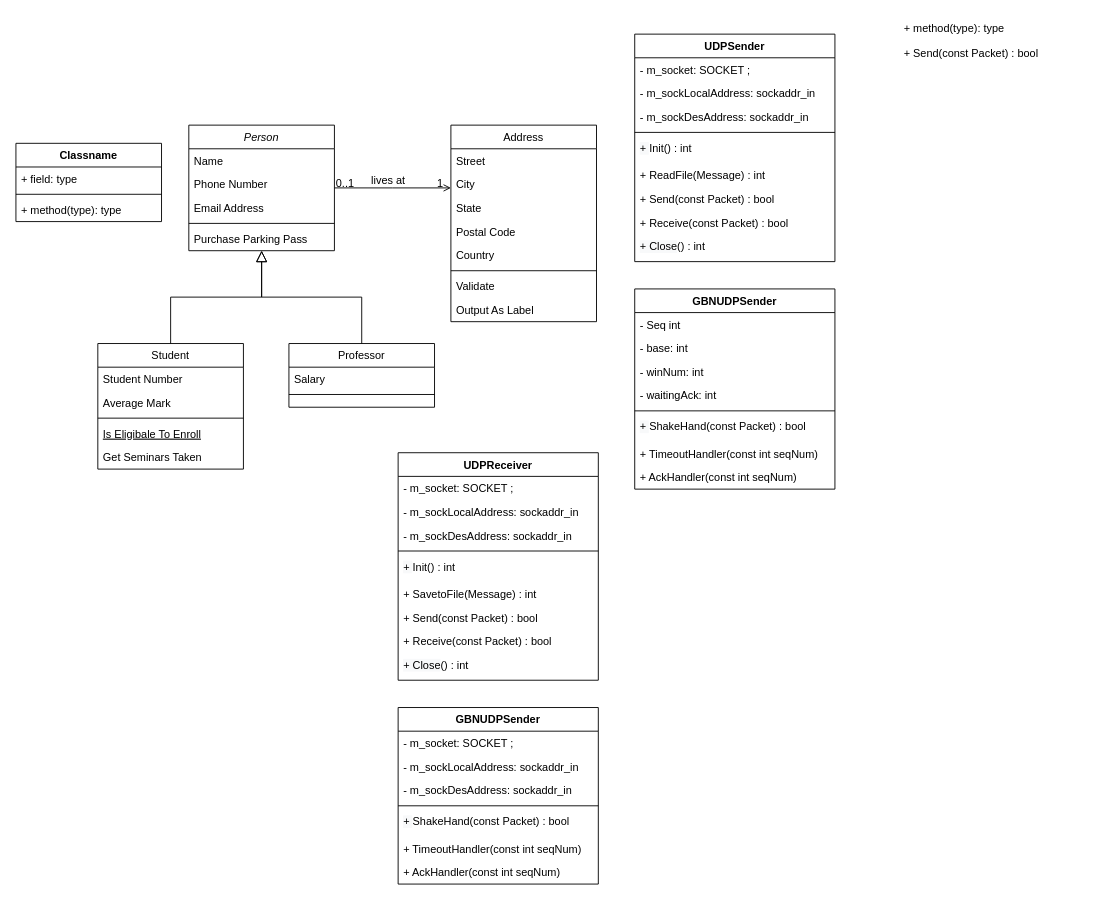
This is Untitled Diagram.drawio from HUST-NJR/test, a draw.io file, before an edit. Source tidied: cells renumbered, new cells numbered last; positions are measured from the earlier drawing's top-left corner, leaving out a move shared by most shapes. Both pictures are drawn from the tidied source at 91%, with x=0, y=0 at pixel (15, 15).
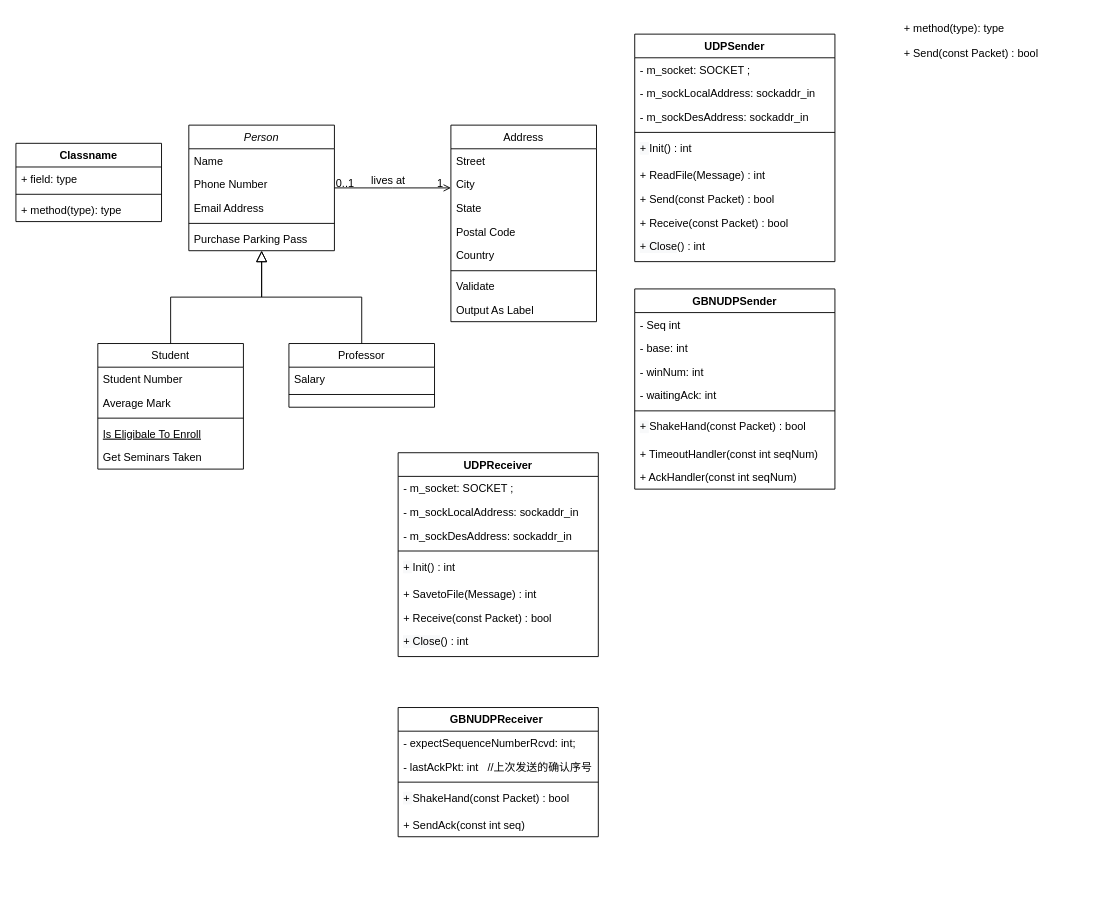
Above is the later version.

What changed in the source:
```diff
@@
     <mxCell id="57" value="UDPReceiver" style="swimlane;fontStyle=1;align=center;verticalAlign=top;horizontal=1;startSize=26;" parent="1" vertex="1">
-      <mxGeometry x="420" y="480" width="220" height="250" as="geometry" />
+      <mxGeometry x="420" y="480" width="220" height="224" as="geometry" />
     </mxCell>
@@
-    <mxCell id="64" value="+ Send(const Packet) : bool" style="text;strokeColor=none;fillColor=none;align=left;verticalAlign=top;spacingLeft=4;spacingRight=4;overflow=hidden;" parent="57" vertex="1">
-      <mxGeometry y="168" width="220" height="26" as="geometry" />
-    </mxCell>
     <mxCell id="65" value="+ Receive(const Packet) : bool" style="text;strokeColor=none;fillColor=none;align=left;verticalAlign=top;spacingLeft=4;spacingRight=4;overflow=hidden;" parent="57" vertex="1">
-      <mxGeometry y="194" width="220" height="26" as="geometry" />
+      <mxGeometry y="168" width="220" height="26" as="geometry" />
     </mxCell>
     <mxCell id="66" value="&lt;span style=&quot;color: rgb(0 , 0 , 0) ; font-family: &amp;#34;helvetica&amp;#34; ; font-size: 12px ; font-style: normal ; font-weight: 400 ; letter-spacing: normal ; text-indent: 0px ; text-transform: none ; word-spacing: 0px ; background-color: rgb(248 , 249 , 250) ; display: inline ; float: none&quot;&gt;+ Close&lt;/span&gt;() : int" style="text;whiteSpace=wrap;html=1;rounded=0;shadow=0;align=left;spacingRight=4;spacingLeft=4;" parent="57" vertex="1">
-      <mxGeometry y="220" width="220" height="30" as="geometry" />
+      <mxGeometry y="194" width="220" height="30" as="geometry" />
     </mxCell>
-    <mxCell id="67" value="GBNUDPSender" style="swimlane;fontStyle=1;align=center;verticalAlign=top;horizontal=1;startSize=26;" parent="1" vertex="1">
-      <mxGeometry x="420" y="760" width="220" height="194" as="geometry" />
+    <mxCell id="67" value="GBNUDPReceiver " style="swimlane;fontStyle=1;align=center;verticalAlign=top;horizontal=1;startSize=26;" parent="1" vertex="1">
+      <mxGeometry x="420" y="760" width="220" height="142" as="geometry" />
     </mxCell>
-    <mxCell id="68" value="- m_socket: SOCKET ;" style="text;strokeColor=none;fillColor=none;align=left;verticalAlign=top;spacingLeft=4;spacingRight=4;overflow=hidden;" parent="67" vertex="1">
+    <mxCell id="68" value="- expectSequenceNumberRcvd: int;" style="text;strokeColor=none;fillColor=none;align=left;verticalAlign=top;spacingLeft=4;spacingRight=4;overflow=hidden;" parent="67" vertex="1">
       <mxGeometry y="26" width="220" height="26" as="geometry" />
     </mxCell>
-    <mxCell id="69" value="- m_sockLocalAddress: sockaddr_in" style="text;strokeColor=none;fillColor=none;align=left;verticalAlign=top;spacingLeft=4;spacingRight=4;overflow=hidden;" parent="67" vertex="1">
+    <mxCell id="69" value="- lastAckPkt: int   //上次发送的确认序号" style="text;strokeColor=none;fillColor=none;align=left;verticalAlign=top;spacingLeft=4;spacingRight=4;overflow=hidden;" parent="67" vertex="1">
       <mxGeometry y="52" width="220" height="26" as="geometry" />
     </mxCell>
-    <mxCell id="70" value="- m_sockDesAddress: sockaddr_in" style="text;strokeColor=none;fillColor=none;align=left;verticalAlign=top;spacingLeft=4;spacingRight=4;overflow=hidden;" parent="67" vertex="1">
-      <mxGeometry y="78" width="220" height="26" as="geometry" />
-    </mxCell>
     <mxCell id="71" style="line;strokeWidth=1;fillColor=none;align=left;verticalAlign=middle;spacingTop=-1;spacingLeft=3;spacingRight=3;labelPosition=right;" parent="67" vertex="1">
-      <mxGeometry y="104" width="220" height="8" as="geometry" />
+      <mxGeometry y="78" width="220" height="8" as="geometry" />
     </mxCell>
     <mxCell id="72" value="&lt;span style=&quot;color: rgb(0 , 0 , 0) ; font-family: &amp;#34;helvetica&amp;#34; ; font-size: 12px ; font-style: normal ; font-weight: 400 ; letter-spacing: normal ; text-indent: 0px ; text-transform: none ; word-spacing: 0px ; background-color: rgb(248 , 249 , 250) ; display: inline ; float: none&quot;&gt;+ &lt;/span&gt;ShakeHand(const Packet) : bool" style="text;whiteSpace=wrap;html=1;rounded=0;shadow=0;align=left;spacingRight=4;spacingLeft=4;" parent="67" vertex="1">
-      <mxGeometry y="112" width="220" height="30" as="geometry" />
+      <mxGeometry y="86" width="220" height="30" as="geometry" />
     </mxCell>
-    <mxCell id="73" value="+ TimeoutHandler(const int seqNum) " style="text;strokeColor=none;fillColor=none;align=left;verticalAlign=top;spacingLeft=4;spacingRight=4;overflow=hidden;" parent="67" vertex="1">
-      <mxGeometry y="142" width="220" height="26" as="geometry" />
+    <mxCell id="73" value="+ SendAck(const int seq) " style="text;strokeColor=none;fillColor=none;align=left;verticalAlign=top;spacingLeft=4;spacingRight=4;overflow=hidden;" parent="67" vertex="1">
+      <mxGeometry y="116" width="220" height="26" as="geometry" />
     </mxCell>
-    <mxCell id="74" value="+ AckHandler(const int seqNum) " style="text;strokeColor=none;fillColor=none;align=left;verticalAlign=top;spacingLeft=4;spacingRight=4;overflow=hidden;" parent="67" vertex="1">
-      <mxGeometry y="168" width="220" height="26" as="geometry" />
-    </mxCell>
```
